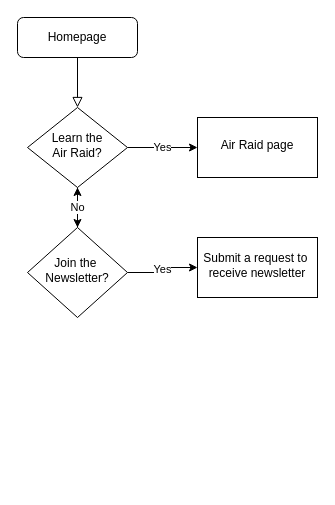
This is Untitled Diagram.drawio from AdamCoon9/OffenseRUs.com, a draw.io file, before an edit. Source tidied: cells renumbered, new cells numbered last; positions are measured from the earlier drawing's top-left corner, leaving out a move shared by most shapes. Both pictures are drawn from the tidied source at 100%, with x=0, y=0 at pixel (17, 17).
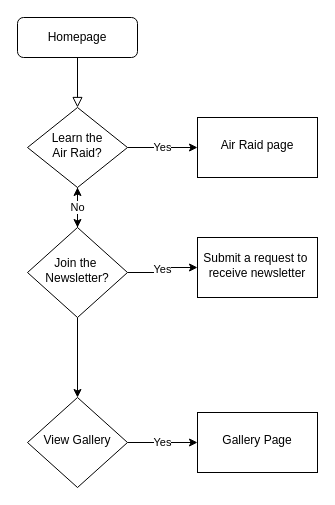
The same page after the edit.

Commit message:
OffenseRUs.com Wire frame

What changed in the source:
```diff
@@
 <mxGraphModel>
   <root>
     <mxCell id="0" />
     <mxCell id="1" parent="0" />
     <mxCell id="2" style="rounded=0;html=1;jettySize=auto;fontSize=11;endArrow=block;endFill=0;endSize=8;strokeWidth=1;shadow=0;labelBackgroundColor=none;edgeStyle=orthogonalEdgeStyle;" parent="1" edge="1" source="3" target="6">
       <mxGeometry relative="1" as="geometry" />
     </mxCell>
     <mxCell id="3" value="Homepage" style="rounded=1;whiteSpace=wrap;html=1;fontSize=12;glass=0;strokeWidth=1;shadow=0;" parent="1" vertex="1">
       <mxGeometry width="120" height="40" as="geometry" />
     </mxCell>
     <mxCell id="4" value="Yes" style="edgeStyle=orthogonalEdgeStyle;rounded=0;jettySize=auto;html=1;" parent="1" edge="1" source="6" target="10">
       <mxGeometry relative="1" as="geometry" />
     </mxCell>
     <mxCell id="5" style="edgeStyle=orthogonalEdgeStyle;rounded=0;jettySize=auto;html=1;" parent="1" edge="1" source="6" target="9">
       <mxGeometry relative="1" as="geometry" />
     </mxCell>
     <mxCell id="6" value="Learn the&lt;br&gt;Air Raid?" style="rhombus;whiteSpace=wrap;html=1;shadow=0;fontFamily=Helvetica;fontSize=12;align=center;strokeWidth=1;spacing=6;spacingTop=-4;" parent="1" vertex="1">
       <mxGeometry x="10" y="90" width="100" height="80" as="geometry" />
     </mxCell>
     <mxCell id="7" value="No" style="edgeStyle=orthogonalEdgeStyle;rounded=0;jettySize=auto;html=1;" parent="1" edge="1" source="9" target="6">
       <mxGeometry relative="1" as="geometry" />
     </mxCell>
     <mxCell id="8" value="Yes" style="edgeStyle=orthogonalEdgeStyle;rounded=0;jettySize=auto;html=1;" parent="1" edge="1" source="9" target="11">
       <mxGeometry relative="1" as="geometry" />
     </mxCell>
+    <mxCell id="12" style="edgeStyle=orthogonalEdgeStyle;rounded=0;jettySize=auto;html=1;" parent="1" edge="1" source="9" target="14">
+      <mxGeometry relative="1" as="geometry" />
+    </mxCell>
     <mxCell id="9" value="Join the&amp;nbsp;&lt;br&gt;Newsletter?" style="rhombus;whiteSpace=wrap;html=1;shadow=0;fontFamily=Helvetica;fontSize=12;align=center;strokeWidth=1;spacing=6;spacingTop=-4;" parent="1" vertex="1">
       <mxGeometry x="10" y="210" width="100" height="90" as="geometry" />
     </mxCell>
     <mxCell id="10" value="Air Raid page" style="whiteSpace=wrap;html=1;shadow=0;strokeWidth=1;spacing=6;spacingTop=-4;" parent="1" vertex="1">
       <mxGeometry x="180" y="100" width="120" height="60" as="geometry" />
     </mxCell>
     <mxCell id="11" value="Submit a request to&amp;nbsp;&lt;br&gt;receive newsletter" style="whiteSpace=wrap;html=1;shadow=0;strokeWidth=1;spacing=6;spacingTop=-4;" parent="1" vertex="1">
       <mxGeometry x="180" y="220" width="120" height="60" as="geometry" />
     </mxCell>
+    <mxCell id="13" value="Yes" style="edgeStyle=orthogonalEdgeStyle;rounded=0;jettySize=auto;html=1;" parent="1" edge="1" source="14" target="15">
+      <mxGeometry relative="1" as="geometry" />
+    </mxCell>
+    <mxCell id="14" value="View Gallery" style="rhombus;whiteSpace=wrap;html=1;shadow=0;fontFamily=Helvetica;fontSize=12;align=center;strokeWidth=1;spacing=6;spacingTop=-4;" parent="1" vertex="1">
+      <mxGeometry x="10" y="380" width="100" height="90" as="geometry" />
+    </mxCell>
+    <mxCell id="15" value="Gallery Page" style="whiteSpace=wrap;html=1;shadow=0;strokeWidth=1;spacing=6;spacingTop=-4;" parent="1" vertex="1">
+      <mxGeometry x="180" y="395" width="120" height="60" as="geometry" />
+    </mxCell>
   </root>
 </mxGraphModel>
```
